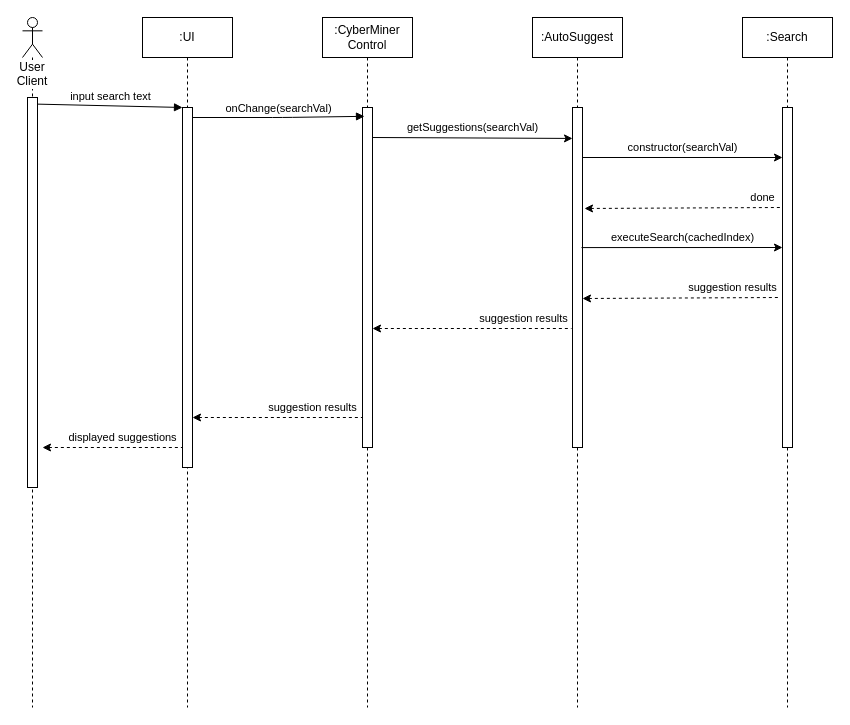
Above: To-Do List Builder/cyberminer_sequence_autosuggest.drawio in kntnguyen94/To-Do-List-Builder (draw.io), before the change. Source tidied: cells renumbered, new cells numbered last; positions are measured from the earlier drawing's top-left corner, leaving out a move shared by most shapes. Both pictures are drawn from the tidied source at 100%, with x=0, y=0 at pixel (22, 17).
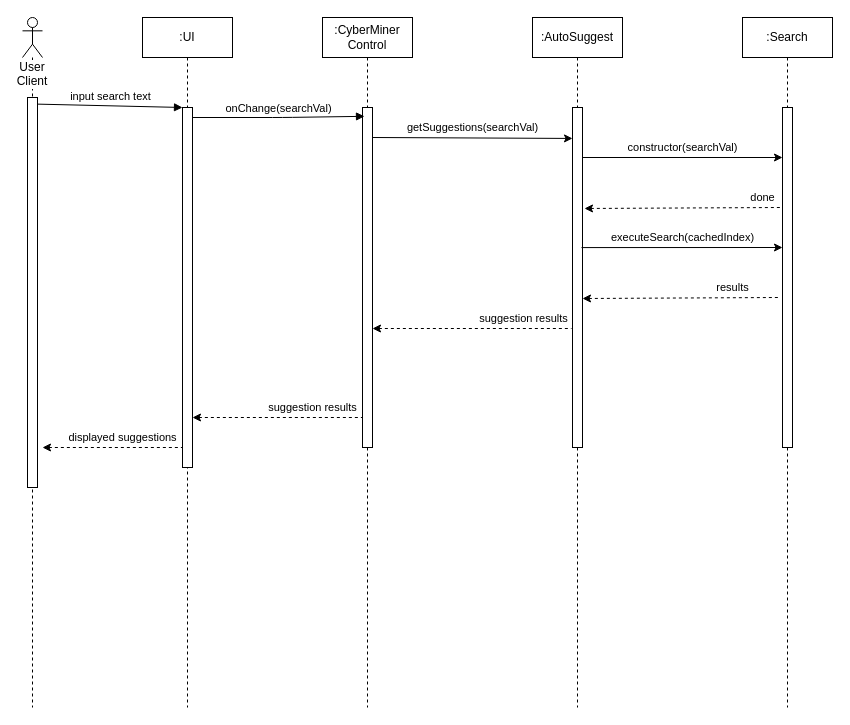
The same page after the edit.

The edit, as a diff of the source:
```diff
@@
-    <mxCell id="18" value="suggestion results" style="endArrow=none;dashed=1;html=1;exitX=1.2;exitY=0.297;exitDx=0;exitDy=0;exitPerimeter=0;startArrow=classic;startFill=1;" parent="1" edge="1">
+    <mxCell id="18" value="results" style="endArrow=none;dashed=1;html=1;exitX=1.2;exitY=0.297;exitDx=0;exitDy=0;exitPerimeter=0;startArrow=classic;startFill=1;" parent="1" edge="1">
       <mxGeometry x="0.52" y="10" relative="1" as="geometry">
         <mxPoint x="560" y="281" as="sourcePoint" />
         <mxPoint x="758" y="280" as="targetPoint" />
       </mxGeometry>
     </mxCell>
```
